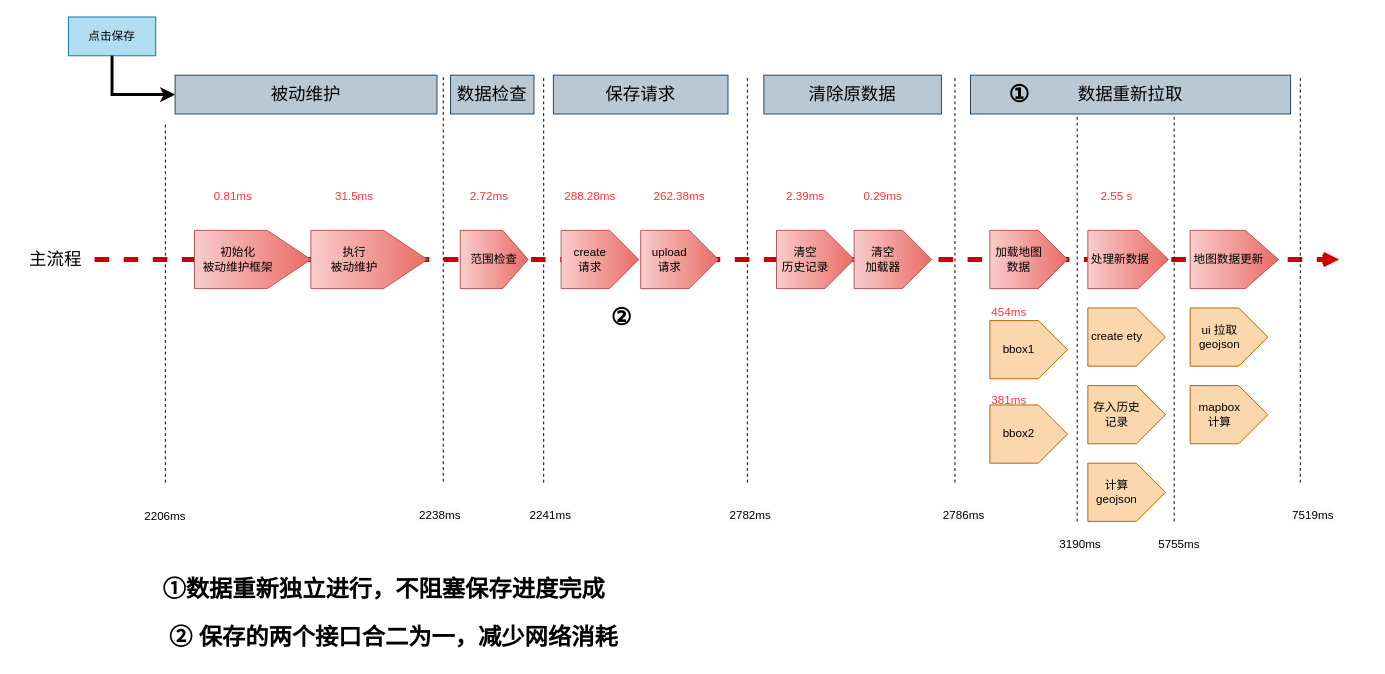
Earlier version of the draw.io diagram 保存性能分析（简版）.drawio (Rmttf/draw.io-diagrams). Source tidied: cells renumbered, new cells numbered last; positions are measured from the earlier drawing's top-left corner, leaving out a move shared by most shapes. Both pictures are drawn from the tidied source at 97%, with x=0, y=0 at pixel (16, 16).
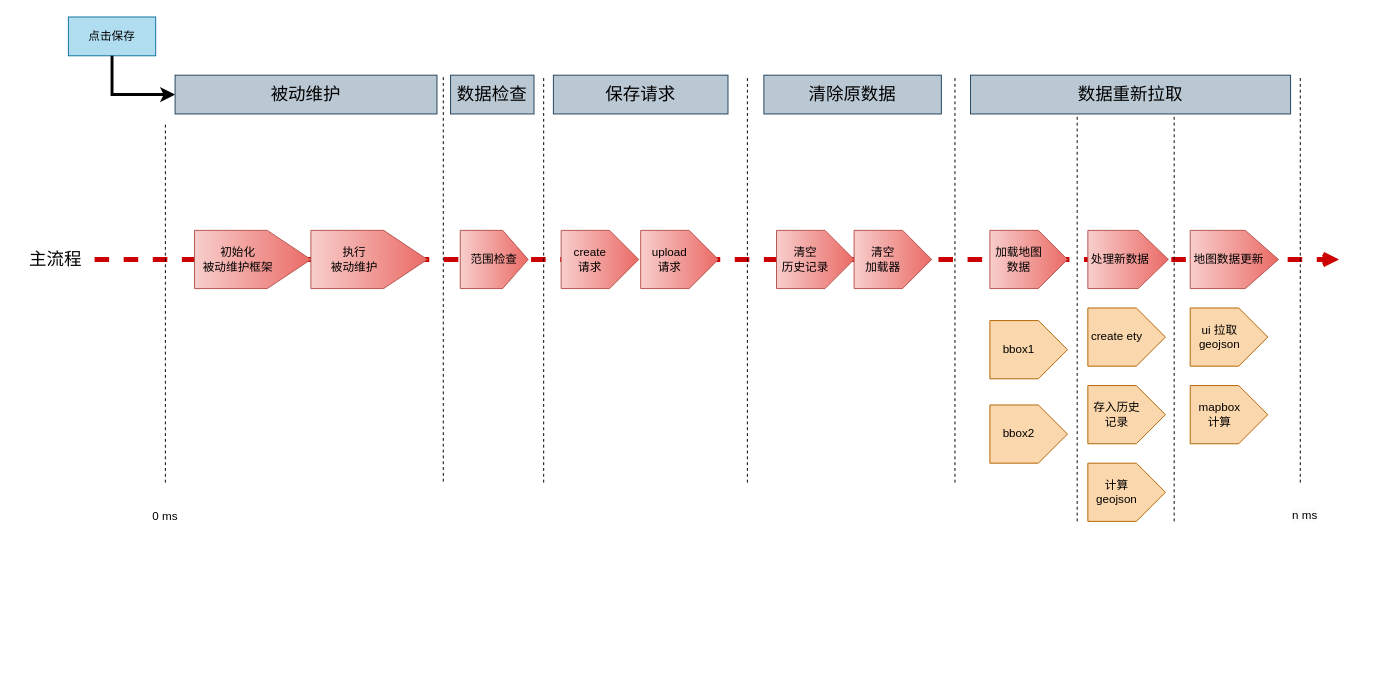
Above is the later version.

Commit message:
更新保存性能分析（简版）.drawio

Change to the diagram source:
```diff
@@
-    <mxCell id="47" value="2206ms" style="text;html=1;strokeColor=none;fillColor=none;align=center;verticalAlign=middle;whiteSpace=wrap;rounded=0;" parent="1" vertex="1">
+    <mxCell id="47" value="0 ms" style="text;html=1;strokeColor=none;fillColor=none;align=center;verticalAlign=middle;whiteSpace=wrap;rounded=0;" parent="1" vertex="1">
       <mxGeometry x="123" y="500" width="60" height="30" as="geometry" />
     </mxCell>
@@
-    <mxCell id="49" value="&lt;span style=&quot;color: rgb(0, 0, 0); font-family: Helvetica; font-size: 12px; font-style: normal; font-variant-ligatures: normal; font-variant-caps: normal; font-weight: 400; letter-spacing: normal; orphans: 2; text-align: center; text-indent: 0px; text-transform: none; widows: 2; word-spacing: 0px; -webkit-text-stroke-width: 0px; background-color: rgb(251, 251, 251); text-decoration-thickness: initial; text-decoration-style: initial; text-decoration-color: initial; float: none; display: inline !important;&quot;&gt;2238ms&lt;/span&gt;" style="text;whiteSpace=wrap;html=1;" parent="1" vertex="1">
-      <mxGeometry x="413" y="500" width="80" height="40" as="geometry" />
-    </mxCell>
@@
-    <mxCell id="53" value="&lt;span style=&quot;color: rgb(0, 0, 0); font-family: Helvetica; font-size: 12px; font-style: normal; font-variant-ligatures: normal; font-variant-caps: normal; font-weight: 400; letter-spacing: normal; orphans: 2; text-align: center; text-indent: 0px; text-transform: none; widows: 2; word-spacing: 0px; -webkit-text-stroke-width: 0px; background-color: rgb(251, 251, 251); text-decoration-thickness: initial; text-decoration-style: initial; text-decoration-color: initial; float: none; display: inline !important;&quot;&gt;2241ms&lt;/span&gt;" style="text;whiteSpace=wrap;html=1;" parent="1" vertex="1">
-      <mxGeometry x="527" y="500" width="80" height="40" as="geometry" />
-    </mxCell>
-    <mxCell id="54" value="&lt;span style=&quot;color: rgb(0, 0, 0); font-family: Helvetica; font-size: 12px; font-style: normal; font-variant-ligatures: normal; font-variant-caps: normal; font-weight: 400; letter-spacing: normal; orphans: 2; text-align: center; text-indent: 0px; text-transform: none; widows: 2; word-spacing: 0px; -webkit-text-stroke-width: 0px; background-color: rgb(251, 251, 251); text-decoration-thickness: initial; text-decoration-style: initial; text-decoration-color: initial; float: none; display: inline !important;&quot;&gt;2782ms&lt;/span&gt;" style="text;whiteSpace=wrap;html=1;" parent="1" vertex="1">
-      <mxGeometry x="733" y="500" width="80" height="40" as="geometry" />
-    </mxCell>
-    <mxCell id="55" value="&lt;span style=&quot;color: rgb(0, 0, 0); font-family: Helvetica; font-size: 12px; font-style: normal; font-variant-ligatures: normal; font-variant-caps: normal; font-weight: 400; letter-spacing: normal; orphans: 2; text-align: center; text-indent: 0px; text-transform: none; widows: 2; word-spacing: 0px; -webkit-text-stroke-width: 0px; background-color: rgb(251, 251, 251); text-decoration-thickness: initial; text-decoration-style: initial; text-decoration-color: initial; float: none; display: inline !important;&quot;&gt;2786ms&lt;/span&gt;" style="text;whiteSpace=wrap;html=1;" parent="1" vertex="1">
-      <mxGeometry x="953" y="500" width="80" height="40" as="geometry" />
-    </mxCell>
@@
-    <mxCell id="59" value="&lt;span style=&quot;color: rgb(0, 0, 0); font-family: Helvetica; font-size: 12px; font-style: normal; font-variant-ligatures: normal; font-variant-caps: normal; font-weight: 400; letter-spacing: normal; orphans: 2; text-align: center; text-indent: 0px; text-transform: none; widows: 2; word-spacing: 0px; -webkit-text-stroke-width: 0px; background-color: rgb(251, 251, 251); text-decoration-thickness: initial; text-decoration-style: initial; text-decoration-color: initial; float: none; display: inline !important;&quot;&gt;3190ms&lt;/span&gt;" style="text;whiteSpace=wrap;html=1;" parent="1" vertex="1">
-      <mxGeometry x="1073" y="530" width="80" height="40" as="geometry" />
-    </mxCell>
-    <mxCell id="60" value="&lt;span style=&quot;color: rgb(0, 0, 0); font-family: Helvetica; font-size: 12px; font-style: normal; font-variant-ligatures: normal; font-variant-caps: normal; font-weight: 400; letter-spacing: normal; orphans: 2; text-align: center; text-indent: 0px; text-transform: none; widows: 2; word-spacing: 0px; -webkit-text-stroke-width: 0px; background-color: rgb(251, 251, 251); text-decoration-thickness: initial; text-decoration-style: initial; text-decoration-color: initial; float: none; display: inline !important;&quot;&gt;5755ms&lt;/span&gt;" style="text;whiteSpace=wrap;html=1;" parent="1" vertex="1">
-      <mxGeometry x="1175" y="530" width="80" height="40" as="geometry" />
-    </mxCell>
-    <mxCell id="61" value="&lt;span style=&quot;color: rgb(0, 0, 0); font-family: Helvetica; font-size: 12px; font-style: normal; font-variant-ligatures: normal; font-variant-caps: normal; font-weight: 400; letter-spacing: normal; orphans: 2; text-align: center; text-indent: 0px; text-transform: none; widows: 2; word-spacing: 0px; -webkit-text-stroke-width: 0px; background-color: rgb(251, 251, 251); text-decoration-thickness: initial; text-decoration-style: initial; text-decoration-color: initial; float: none; display: inline !important;&quot;&gt;7519ms&lt;/span&gt;" style="text;whiteSpace=wrap;html=1;" parent="1" vertex="1">
+    <mxCell id="61" value="&lt;span style=&quot;color: rgb(0, 0, 0); font-family: Helvetica; font-size: 12px; font-style: normal; font-variant-ligatures: normal; font-variant-caps: normal; font-weight: 400; letter-spacing: normal; orphans: 2; text-align: center; text-indent: 0px; text-transform: none; widows: 2; word-spacing: 0px; -webkit-text-stroke-width: 0px; background-color: rgb(251, 251, 251); text-decoration-thickness: initial; text-decoration-style: initial; text-decoration-color: initial; float: none; display: inline !important;&quot;&gt;n ms&lt;/span&gt;" style="text;whiteSpace=wrap;html=1;" parent="1" vertex="1">
       <mxGeometry x="1313" y="500" width="80" height="40" as="geometry" />
     </mxCell>
-    <mxCell id="62" value="31.5ms" style="text;html=1;align=center;verticalAlign=middle;whiteSpace=wrap;rounded=0;fontColor=#FF3333;" parent="1" vertex="1">
-      <mxGeometry x="318" y="170" width="60" height="30" as="geometry" />
-    </mxCell>
-    <mxCell id="63" value="2.72ms" style="text;html=1;align=center;verticalAlign=middle;whiteSpace=wrap;rounded=0;fontColor=#FF3333;" parent="1" vertex="1">
-      <mxGeometry x="457" y="170" width="60" height="30" as="geometry" />
-    </mxCell>
-    <mxCell id="64" value="288.28ms" style="text;html=1;align=center;verticalAlign=middle;whiteSpace=wrap;rounded=0;fontColor=#FF3333;" parent="1" vertex="1">
-      <mxGeometry x="561" y="170" width="60" height="30" as="geometry" />
-    </mxCell>
-    <mxCell id="65" value="262.38ms" style="text;html=1;align=center;verticalAlign=middle;whiteSpace=wrap;rounded=0;fontColor=#FF3333;" parent="1" vertex="1">
-      <mxGeometry x="653" y="170" width="60" height="30" as="geometry" />
-    </mxCell>
-    <mxCell id="66" value="2.39ms" style="text;html=1;align=center;verticalAlign=middle;whiteSpace=wrap;rounded=0;fontColor=#FF3333;" parent="1" vertex="1">
-      <mxGeometry x="783" y="170" width="60" height="30" as="geometry" />
-    </mxCell>
-    <mxCell id="67" value="0.29ms" style="text;html=1;align=center;verticalAlign=middle;whiteSpace=wrap;rounded=0;fontColor=#FF3333;" parent="1" vertex="1">
-      <mxGeometry x="863" y="170" width="60" height="30" as="geometry" />
-    </mxCell>
-    <mxCell id="68" value="454ms" style="text;html=1;strokeColor=none;fillColor=none;align=center;verticalAlign=middle;whiteSpace=wrap;rounded=0;fontColor=#FF3333;" parent="1" vertex="1">
-      <mxGeometry x="993" y="290" width="60" height="30" as="geometry" />
-    </mxCell>
-    <mxCell id="69" value="381ms" style="text;html=1;strokeColor=none;fillColor=none;align=center;verticalAlign=middle;whiteSpace=wrap;rounded=0;fontColor=#FF3333;" parent="1" vertex="1">
-      <mxGeometry x="993" y="380" width="60" height="30" as="geometry" />
-    </mxCell>
-    <mxCell id="70" value="2.55 s" style="text;html=1;align=center;verticalAlign=middle;whiteSpace=wrap;rounded=0;fontColor=#FF3333;" parent="1" vertex="1">
-      <mxGeometry x="1104" y="170" width="60" height="30" as="geometry" />
-    </mxCell>
-    <mxCell id="71" value="0.81ms" style="text;html=1;align=center;verticalAlign=middle;whiteSpace=wrap;rounded=0;fontColor=#FF3333;" parent="1" vertex="1">
-      <mxGeometry x="193" y="170" width="60" height="30" as="geometry" />
-    </mxCell>
-    <mxCell id="72" value="①" style="text;strokeColor=none;fillColor=none;html=1;fontSize=24;fontStyle=1;verticalAlign=middle;align=center;" parent="1" vertex="1">
-      <mxGeometry x="983" y="60" width="100" height="40" as="geometry" />
-    </mxCell>
-    <mxCell id="73" value="①数据重新独立进行，不阻塞保存进度完成" style="text;strokeColor=none;fillColor=none;html=1;fontSize=24;fontStyle=1;verticalAlign=middle;align=center;" parent="1" vertex="1">
-      <mxGeometry x="133" y="570" width="490" height="40" as="geometry" />
-    </mxCell>
-    <mxCell id="74" value="② 保存的两个接口合二为一，减少网络消耗" style="text;strokeColor=none;fillColor=none;html=1;fontSize=24;fontStyle=1;verticalAlign=middle;align=center;" parent="1" vertex="1">
-      <mxGeometry x="143" y="620" width="490" height="40" as="geometry" />
-    </mxCell>
-    <mxCell id="75" value="②" style="text;strokeColor=none;fillColor=none;html=1;fontSize=24;fontStyle=1;verticalAlign=middle;align=center;" parent="1" vertex="1">
-      <mxGeometry x="573" y="290" width="100" height="40" as="geometry" />
-    </mxCell>
```
